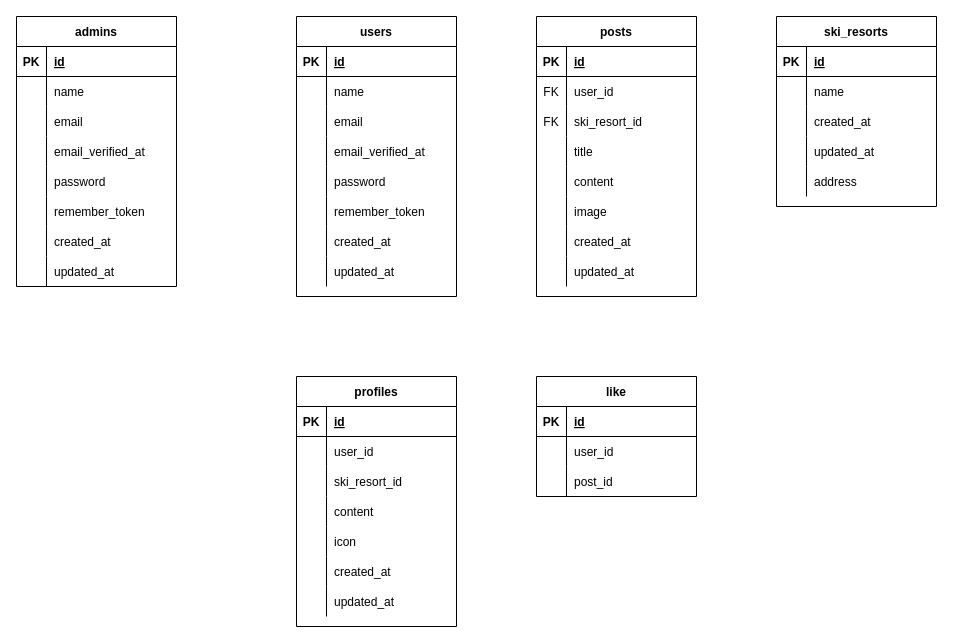
golpin/yukiniwa keeps this draw.io diagram as yukiniwa_db.drawio. Above is the earlier version. Source tidied: cells renumbered, new cells numbered last; positions are measured from the earlier drawing's top-left corner, leaving out a move shared by most shapes. Both pictures are drawn from the tidied source at 100%, with x=0, y=0 at pixel (16, 16).
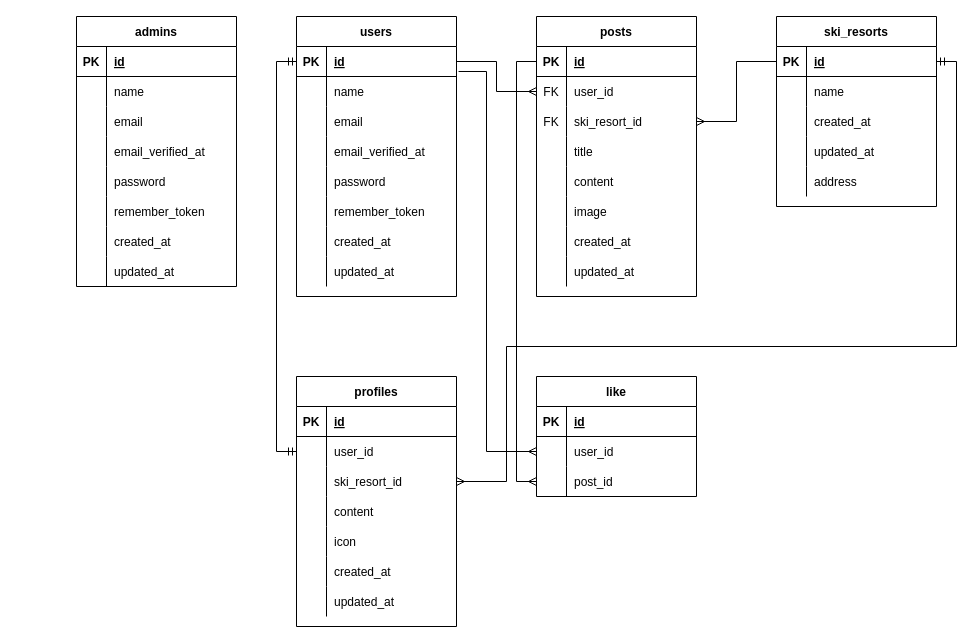
Above is the later version.

The change refers to these unchanged cells:
```xml
<mxCell id="3" style="shape=partialRectangle;fillColor=none;top=0;left=0;bottom=1;right=0;points=[[0,0.5],[1,0.5]];portConstraint=eastwest;" parent="2" vertex="1">
  <mxGeometry y="30" width="160" height="30" as="geometry" />
</mxCell>
<mxCell id="53" style="shape=partialRectangle;fillColor=none;top=0;left=0;bottom=1;right=0;points=[[0,0.5],[1,0.5]];portConstraint=eastwest;" parent="52" vertex="1">
  <mxGeometry y="30" width="160" height="30" as="geometry" />
</mxCell>
<mxCell id="56" style="shape=partialRectangle;fillColor=none;top=0;left=0;bottom=0;right=0;points=[[0,0.5],[1,0.5]];portConstraint=eastwest;" parent="52" vertex="1">
  <mxGeometry y="60" width="160" height="30" as="geometry" />
</mxCell>
<mxCell id="59" style="shape=partialRectangle;fillColor=none;top=0;left=0;bottom=0;right=0;points=[[0,0.5],[1,0.5]];portConstraint=eastwest;" parent="52" vertex="1">
  <mxGeometry y="90" width="160" height="30" as="geometry" />
</mxCell>
<mxCell id="78" style="shape=partialRectangle;fillColor=none;top=0;left=0;bottom=1;right=0;points=[[0,0.5],[1,0.5]];portConstraint=eastwest;" parent="77" vertex="1">
  <mxGeometry y="30" width="160" height="30" as="geometry" />
</mxCell>
<mxCell id="97" style="shape=partialRectangle;fillColor=none;top=0;left=0;bottom=0;right=0;points=[[0,0.5],[1,0.5]];portConstraint=eastwest;" parent="93" vertex="1">
  <mxGeometry y="60" width="160" height="30" as="geometry" />
</mxCell>
<mxCell id="100" style="shape=partialRectangle;fillColor=none;top=0;left=0;bottom=0;right=0;points=[[0,0.5],[1,0.5]];portConstraint=eastwest;" parent="93" vertex="1">
  <mxGeometry y="90" width="160" height="30" as="geometry" />
</mxCell>
<mxCell id="107" style="shape=partialRectangle;fillColor=none;top=0;left=0;bottom=0;right=0;points=[[0,0.5],[1,0.5]];portConstraint=eastwest;" parent="103" vertex="1">
  <mxGeometry y="60" width="160" height="30" as="geometry" />
</mxCell>
<mxCell id="110" style="shape=partialRectangle;fillColor=none;top=0;left=0;bottom=0;right=0;points=[[0,0.5],[1,0.5]];portConstraint=eastwest;" parent="103" vertex="1">
  <mxGeometry y="90" width="160" height="30" as="geometry" />
</mxCell>
```

Diff of the diagram source:
```diff
@@
     <mxCell id="27" value="admins" style="shape=table;startSize=30;childLayout=tableLayout;rowLines=0;fontStyle=1;align=center;rounded=0;sketch=0;" parent="1" vertex="1">
-      <mxGeometry width="160" height="270" as="geometry" />
+      <mxGeometry x="60" width="160" height="270" as="geometry" />
     </mxCell>
@@
+    <mxCell id="125" style="edgeStyle=orthogonalEdgeStyle;rounded=0;jettySize=auto;html=1;exitX=0;exitY=0.5;exitDx=0;exitDy=0;entryX=1;entryY=0.5;entryDx=0;entryDy=0;endArrow=none;endFill=0;startArrow=ERmany;startFill=0;" parent="1" edge="1" source="56" target="3">
+      <mxGeometry relative="1" as="geometry" />
+    </mxCell>
+    <mxCell id="126" style="edgeStyle=orthogonalEdgeStyle;rounded=0;jettySize=auto;html=1;exitX=1;exitY=0.5;exitDx=0;exitDy=0;entryX=0;entryY=0.5;entryDx=0;entryDy=0;startArrow=ERmany;startFill=0;endArrow=none;endFill=0;" parent="1" edge="1" source="59" target="78">
+      <mxGeometry relative="1" as="geometry" />
+    </mxCell>
+    <mxCell id="127" style="edgeStyle=orthogonalEdgeStyle;rounded=0;jettySize=auto;html=1;exitX=0;exitY=0.5;exitDx=0;exitDy=0;entryX=0;entryY=0.5;entryDx=0;entryDy=0;startArrow=ERmandOne;startFill=0;endArrow=ERmandOne;endFill=0;" parent="1" edge="1" source="3" target="107">
+      <mxGeometry relative="1" as="geometry" />
+    </mxCell>
+    <mxCell id="128" style="edgeStyle=orthogonalEdgeStyle;rounded=0;jettySize=auto;html=1;exitX=1;exitY=0.5;exitDx=0;exitDy=0;entryX=1;entryY=0.5;entryDx=0;entryDy=0;startArrow=ERmandOne;startFill=0;endArrow=ERmany;endFill=0;" parent="1" edge="1" source="78" target="110">
+      <mxGeometry relative="1" as="geometry">
+        <Array as="points">
+          <mxPoint x="940" y="45" />
+          <mxPoint x="940" y="330" />
+          <mxPoint x="490" y="330" />
+          <mxPoint x="490" y="465" />
+        </Array>
+      </mxGeometry>
+    </mxCell>
+    <mxCell id="129" style="edgeStyle=orthogonalEdgeStyle;rounded=0;jettySize=auto;html=1;exitX=1.013;exitY=0.833;exitDx=0;exitDy=0;entryX=0;entryY=0.5;entryDx=0;entryDy=0;startArrow=none;startFill=0;endArrow=ERmany;endFill=0;exitPerimeter=0;" parent="1" edge="1" source="3" target="97">
+      <mxGeometry relative="1" as="geometry">
+        <Array as="points">
+          <mxPoint x="470" y="55" />
+          <mxPoint x="470" y="435" />
+        </Array>
+      </mxGeometry>
+    </mxCell>
+    <mxCell id="130" style="edgeStyle=orthogonalEdgeStyle;rounded=0;jettySize=auto;html=1;exitX=0;exitY=0.5;exitDx=0;exitDy=0;entryX=0;entryY=0.5;entryDx=0;entryDy=0;startArrow=none;startFill=0;endArrow=ERmany;endFill=0;" parent="1" edge="1" source="53" target="100">
+      <mxGeometry relative="1" as="geometry" />
+    </mxCell>
```
